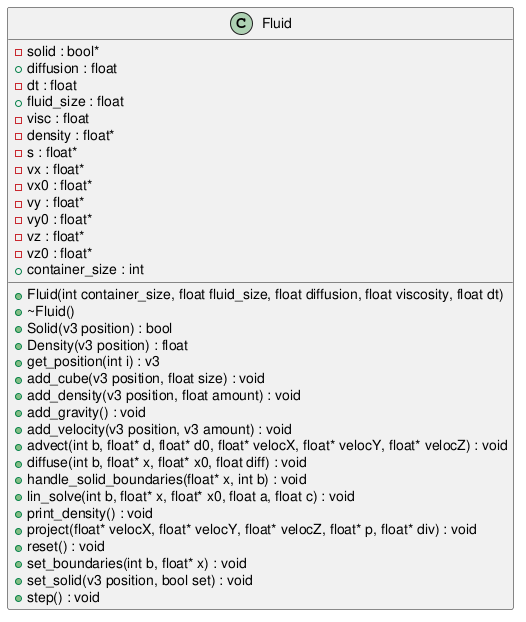
Earlier version of the PlantUML export thesis/resources/Fluid.png (dtasada/paper).
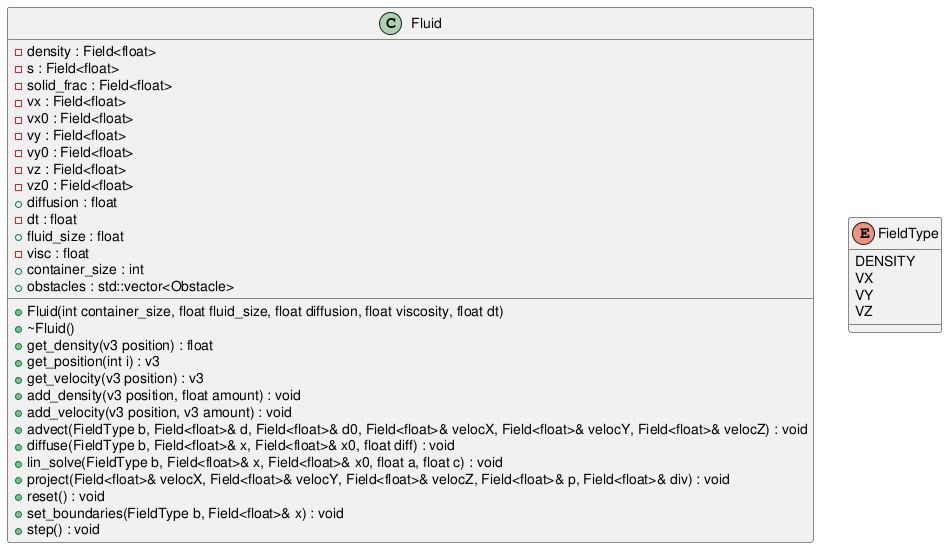
Above is the later version.

Diff of the diagram source:
```diff
@@ -8,37 +8,41 @@
 class Fluid {
 	+Fluid(int container_size, float fluid_size, float diffusion, float viscosity, float dt)
 	+~Fluid()
-	+Solid(v3 position) : bool
-	-solid : bool*
-	+Density(v3 position) : float
+	-density : Field<float>
+	-s : Field<float>
+	-solid_frac : Field<float>
+	-vx : Field<float>
+	-vx0 : Field<float>
+	-vy : Field<float>
+	-vy0 : Field<float>
+	-vz : Field<float>
+	-vz0 : Field<float>
 	+diffusion : float
 	-dt : float
 	+fluid_size : float
+	+get_density(v3 position) : float
 	-visc : float
-	-density : float*
-	-s : float*
-	-vx : float*
-	-vx0 : float*
-	-vy : float*
-	-vy0 : float*
-	-vz : float*
-	-vz0 : float*
 	+container_size : int
+	+obstacles : std::vector<Obstacle>
 	+get_position(int i) : v3
-	+add_cube(v3 position, float size) : void
+	+get_velocity(v3 position) : v3
 	+add_density(v3 position, float amount) : void
-	+add_gravity() : void
 	+add_velocity(v3 position, v3 amount) : void
-	+advect(int b, float* d, float* d0, float* velocX, float* velocY, float* velocZ) : void
-	+diffuse(int b, float* x, float* x0, float diff) : void
-	+handle_solid_boundaries(float* x, int b) : void
-	+lin_solve(int b, float* x, float* x0, float a, float c) : void
-	+print_density() : void
-	+project(float* velocX, float* velocY, float* velocZ, float* p, float* div) : void
+	+advect(FieldType b, Field<float>& d, Field<float>& d0, Field<float>& velocX, Field<float>& velocY, Field<float>& velocZ) : void
+	+diffuse(FieldType b, Field<float>& x, Field<float>& x0, float diff) : void
+	+lin_solve(FieldType b, Field<float>& x, Field<float>& x0, float a, float c) : void
+	+project(Field<float>& velocX, Field<float>& velocY, Field<float>& velocZ, Field<float>& p, Field<float>& div) : void
 	+reset() : void
-	+set_boundaries(int b, float* x) : void
-	+set_solid(v3 position, bool set) : void
+	+set_boundaries(FieldType b, Field<float>& x) : void
 	+step() : void
+}
+
+
+enum FieldType {
+	DENSITY
+	VX
+	VY
+	VZ
 }
 
 
```
